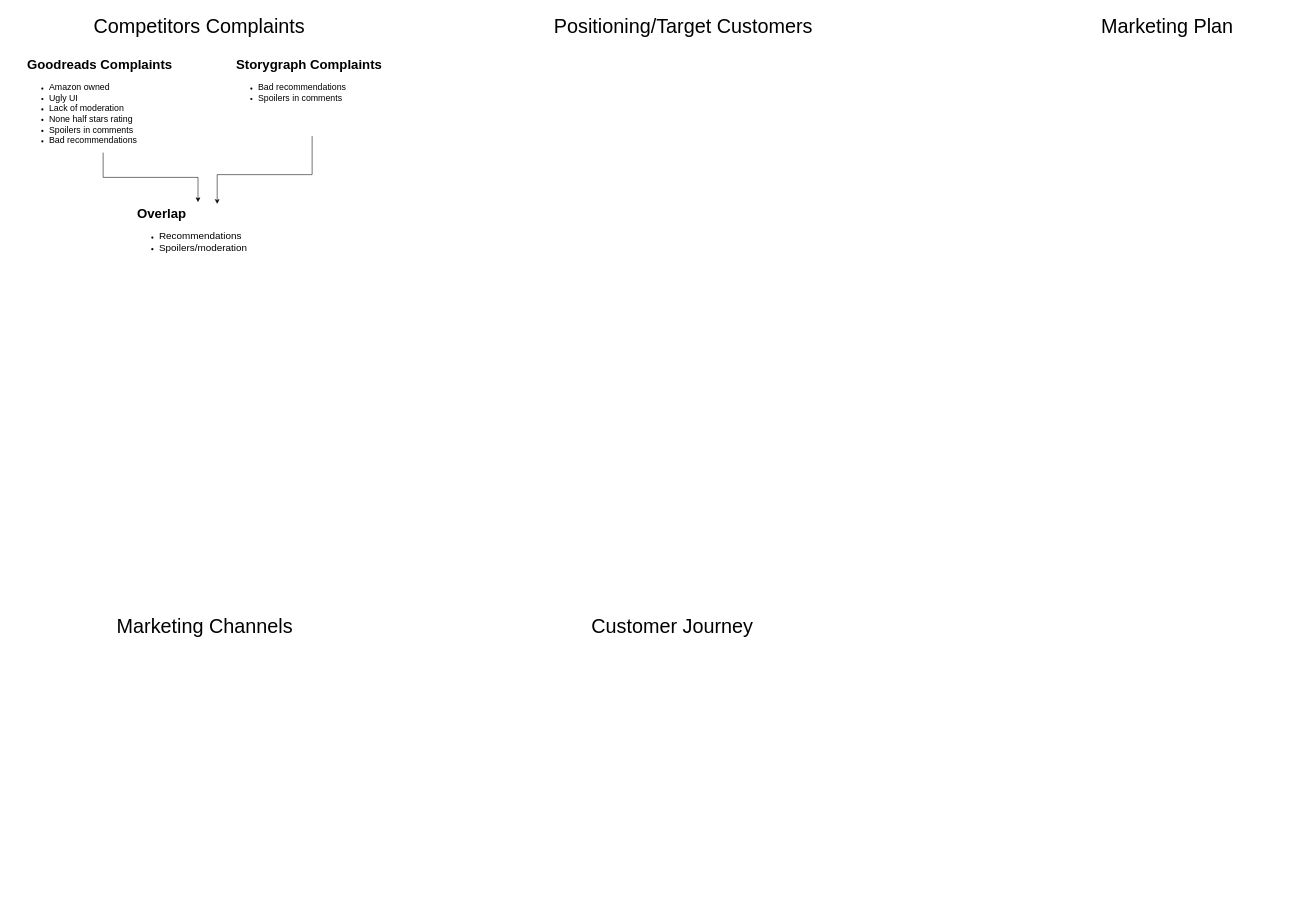
Before: diagrams/tam.drawio in theodufort/book-journey, a draw.io diagram. Source tidied: cells renumbered, new cells numbered last; positions are measured from the earlier drawing's top-left corner, leaving out a move shared by most shapes. Both pictures are drawn from the tidied source at 55%, with x=0, y=0 at pixel (26, 9).
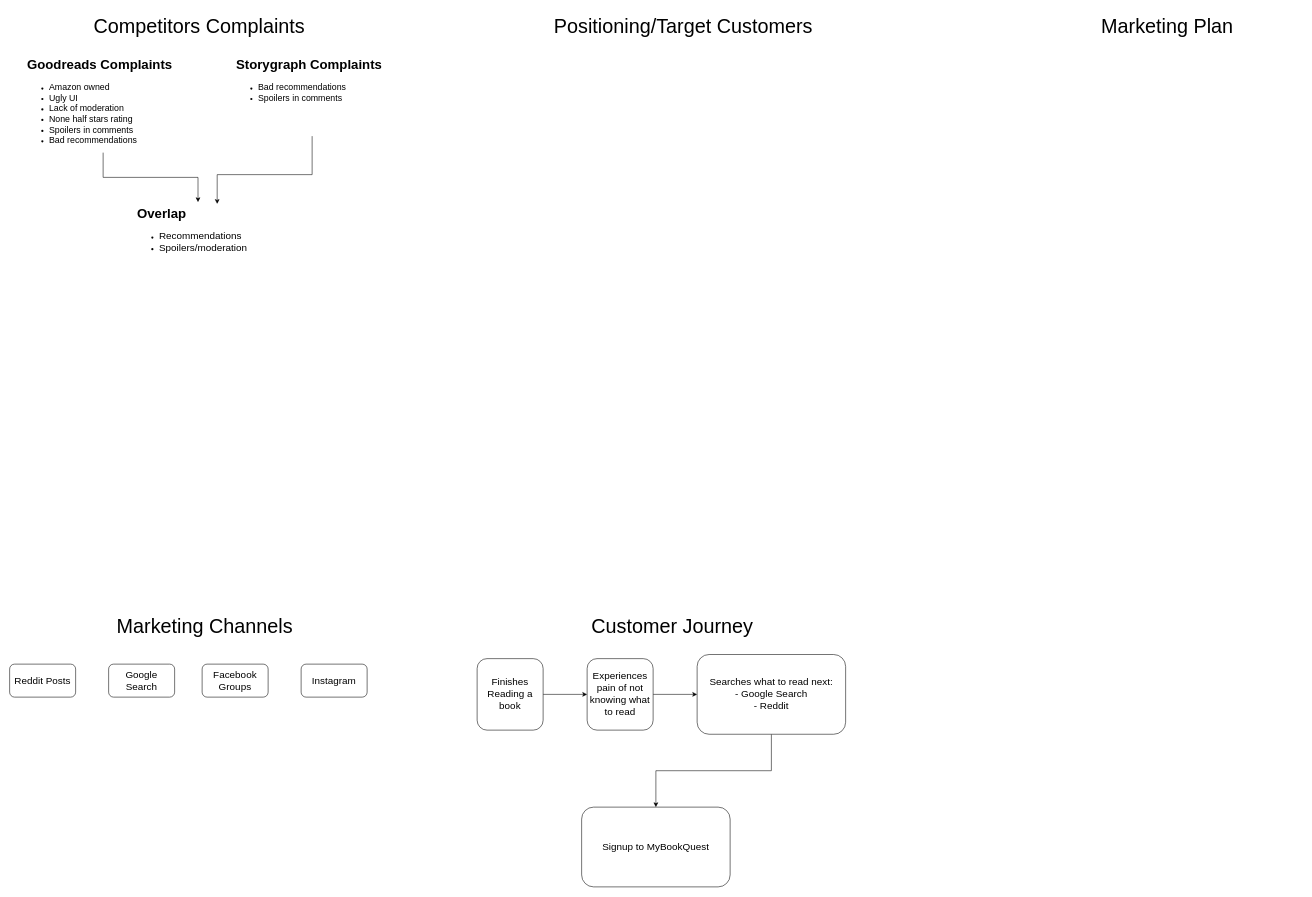
Above is the later version.

Change to the diagram source:
```diff
@@
+    <mxCell id="12" style="edgeStyle=orthogonalEdgeStyle;rounded=0;jettySize=auto;html=1;" parent="1" edge="1" source="13" target="15">
+      <mxGeometry relative="1" as="geometry" />
+    </mxCell>
+    <mxCell id="13" value="&lt;font style=&quot;font-size: 18px;&quot;&gt;Finishes Reading a book&lt;/font&gt;" style="rounded=1;whiteSpace=wrap;html=1;" parent="1" vertex="1">
+      <mxGeometry x="820" y="1180" width="120" height="130" as="geometry" />
+    </mxCell>
+    <mxCell id="14" style="edgeStyle=orthogonalEdgeStyle;rounded=0;jettySize=auto;html=1;" parent="1" edge="1" source="15" target="17">
+      <mxGeometry relative="1" as="geometry" />
+    </mxCell>
+    <mxCell id="15" value="&lt;font style=&quot;font-size: 18px;&quot;&gt;Experiences pain of not knowing what to read&lt;/font&gt;" style="rounded=1;whiteSpace=wrap;html=1;" parent="1" vertex="1">
+      <mxGeometry x="1020" y="1180" width="120" height="130" as="geometry" />
+    </mxCell>
+    <mxCell id="16" style="edgeStyle=orthogonalEdgeStyle;rounded=0;jettySize=auto;html=1;" parent="1" edge="1" source="17" target="18">
+      <mxGeometry relative="1" as="geometry" />
+    </mxCell>
+    <mxCell id="17" value="&lt;font style=&quot;font-size: 18px;&quot;&gt;Searches what to read next:&lt;br&gt;- Google Search&lt;/font&gt;&lt;div&gt;&lt;font style=&quot;font-size: 18px;&quot;&gt;- Reddit&lt;/font&gt;&lt;/div&gt;" style="rounded=1;whiteSpace=wrap;html=1;" parent="1" vertex="1">
+      <mxGeometry x="1220" y="1172.5" width="270" height="145" as="geometry" />
+    </mxCell>
+    <mxCell id="18" value="&lt;span style=&quot;font-size: 18px;&quot;&gt;Signup to MyBookQuest&lt;/span&gt;" style="rounded=1;whiteSpace=wrap;html=1;" parent="1" vertex="1">
+      <mxGeometry x="1010" y="1450" width="270" height="145" as="geometry" />
+    </mxCell>
+    <mxCell id="19" value="&lt;font style=&quot;font-size: 18px;&quot;&gt;Reddit Posts&lt;/font&gt;" style="rounded=1;whiteSpace=wrap;html=1;" parent="1" vertex="1">
+      <mxGeometry x="-30" y="1190" width="120" height="60" as="geometry" />
+    </mxCell>
+    <mxCell id="20" value="&lt;font style=&quot;font-size: 18px;&quot;&gt;Google Search&lt;/font&gt;" style="rounded=1;whiteSpace=wrap;html=1;" parent="1" vertex="1">
+      <mxGeometry x="150" y="1190" width="120" height="60" as="geometry" />
+    </mxCell>
+    <mxCell id="21" value="&lt;font style=&quot;font-size: 18px;&quot;&gt;Facebook Groups&lt;/font&gt;" style="rounded=1;whiteSpace=wrap;html=1;" parent="1" vertex="1">
+      <mxGeometry x="320" y="1190" width="120" height="60" as="geometry" />
+    </mxCell>
+    <mxCell id="22" value="&lt;span style=&quot;font-size: 18px;&quot;&gt;Instagram&lt;/span&gt;" style="rounded=1;whiteSpace=wrap;html=1;" parent="1" vertex="1">
+      <mxGeometry x="500" y="1190" width="120" height="60" as="geometry" />
+    </mxCell>
```
